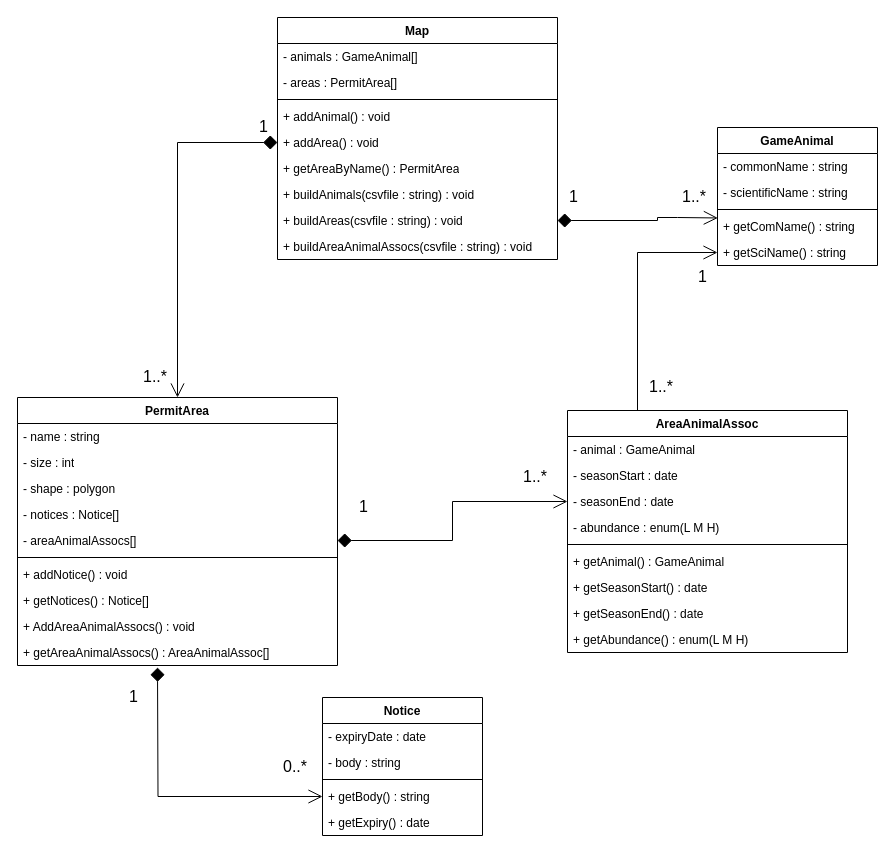
Before: Class Diagram.drawio in h0dgep0dge/itsd6.349, a draw.io diagram. Source tidied: cells renumbered, new cells numbered last; positions are measured from the earlier drawing's top-left corner, leaving out a move shared by most shapes. Both pictures are drawn from the tidied source at 100%, with x=0, y=0 at pixel (17, 17).
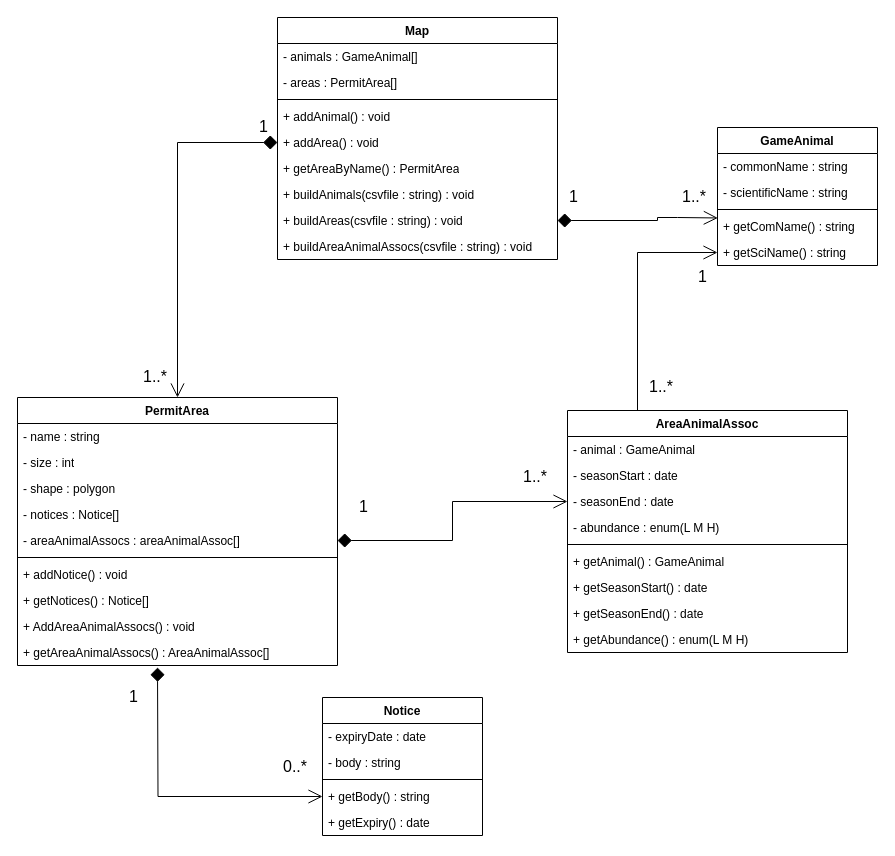
The same page after the edit.

The change refers to these unchanged cells:
```xml
<mxCell id="2" value="PermitArea" style="swimlane;fontStyle=1;align=center;verticalAlign=top;horizontal=1;startSize=26;whiteSpace=wrap;html=1;" parent="1" vertex="1">
  <mxGeometry y="380" width="320" height="268" as="geometry" />
</mxCell>
```

What changed in the source:
```diff
@@
-    <mxCell id="7" value="- areaAnimalAssocs[]" style="text;strokeColor=none;fillColor=none;align=left;verticalAlign=top;spacingLeft=4;spacingRight=4;overflow=hidden;points=[[0,0.5],[1,0.5]];portConstraint=eastwest;whiteSpace=wrap;html=1;" parent="2" vertex="1">
+    <mxCell id="7" value="- areaAnimalAssocs : areaAnimalAssoc[]" style="text;strokeColor=none;fillColor=none;align=left;verticalAlign=top;spacingLeft=4;spacingRight=4;overflow=hidden;points=[[0,0.5],[1,0.5]];portConstraint=eastwest;whiteSpace=wrap;html=1;" parent="2" vertex="1">
       <mxGeometry y="130" width="320" height="26" as="geometry" />
     </mxCell>
```
